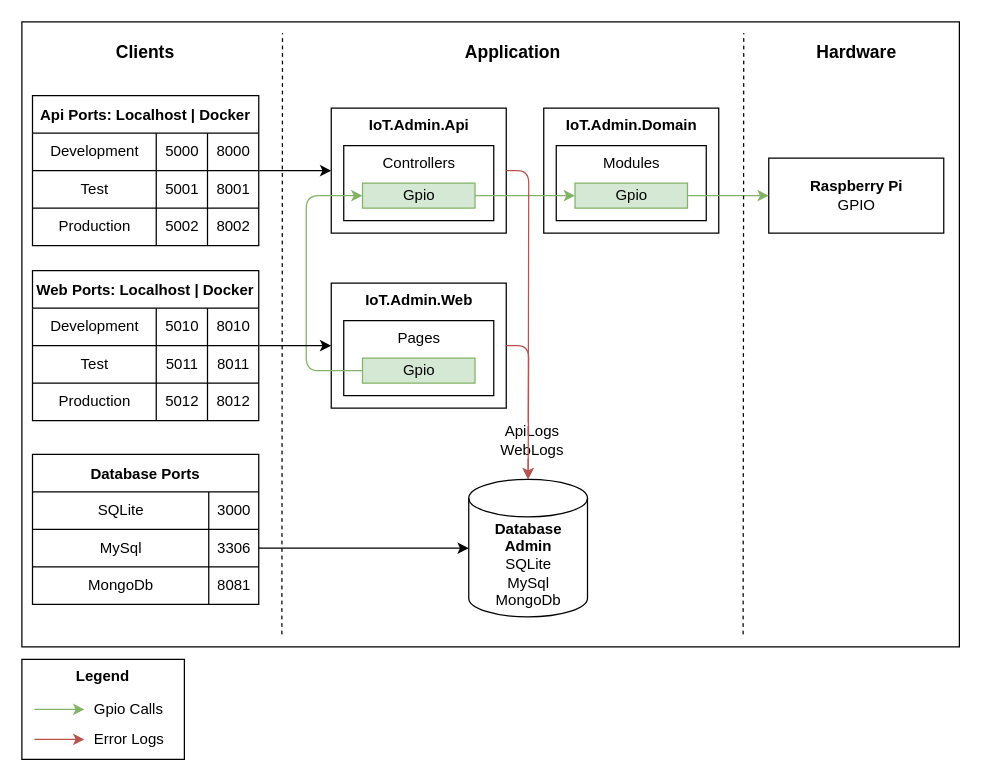
The draw.io diagram .docs/IoT.Admin.Application.drawio in qbituniverse/iot-admin, before the edit. Source tidied: cells renumbered, new cells numbered last; positions are measured from the earlier drawing's top-left corner, leaving out a move shared by most shapes. Both pictures are drawn from the tidied source at 125%, with x=0, y=0 at pixel (21, 21).
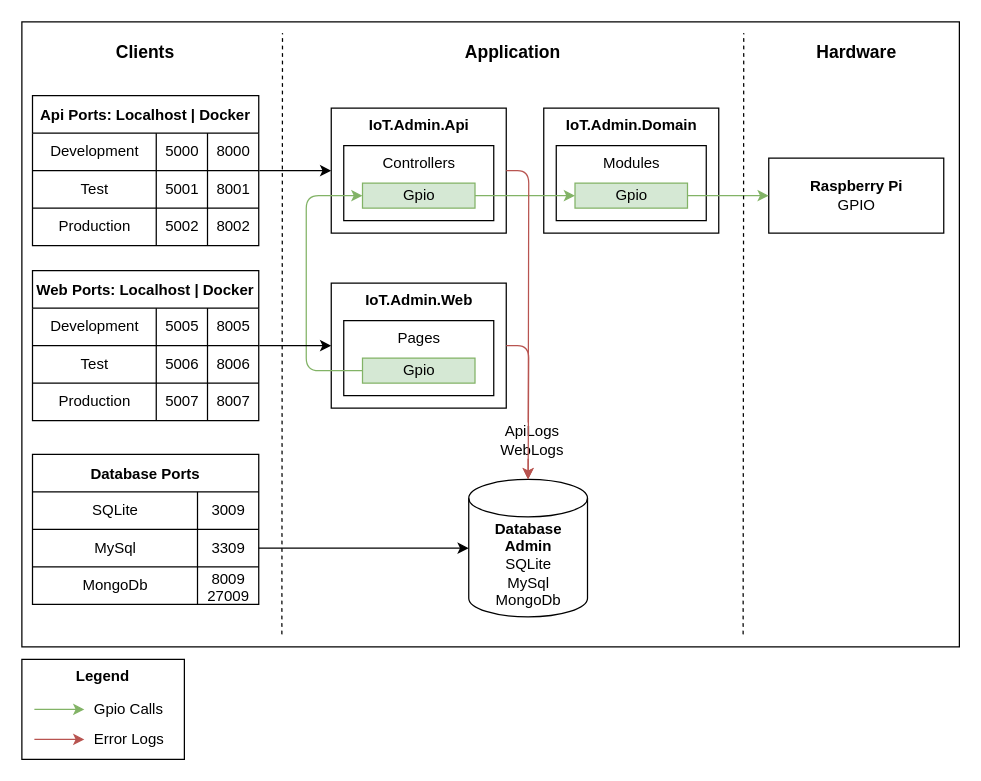
The same diagram, later.

The change refers to these unchanged cells:
```xml
<mxCell id="39" style="shape=tableRow;horizontal=0;startSize=0;swimlaneHead=0;swimlaneBody=0;top=0;left=0;bottom=0;right=0;fillColor=none;fontSize=12;" parent="38" vertex="1">
  <mxGeometry y="30" width="181" height="30" as="geometry" />
</mxCell>
<mxCell id="43" style="shape=tableRow;horizontal=0;startSize=0;swimlaneHead=0;swimlaneBody=0;top=0;left=0;bottom=0;right=0;fillColor=none;fontSize=12;" parent="38" vertex="1">
  <mxGeometry y="60" width="181" height="30" as="geometry" />
</mxCell>
<mxCell id="47" style="shape=tableRow;horizontal=0;startSize=0;swimlaneHead=0;swimlaneBody=0;top=0;left=0;bottom=0;right=0;fillColor=none;fontSize=12;" parent="38" vertex="1">
  <mxGeometry y="90" width="181" height="30" as="geometry" />
</mxCell>
<mxCell id="57" style="shape=tableRow;horizontal=0;startSize=0;swimlaneHead=0;swimlaneBody=0;top=0;left=0;bottom=0;right=0;fillColor=none;fontSize=12;" parent="56" vertex="1">
  <mxGeometry y="30" width="181" height="30" as="geometry" />
</mxCell>
<mxCell id="60" style="shape=tableRow;horizontal=0;startSize=0;swimlaneHead=0;swimlaneBody=0;top=0;left=0;bottom=0;right=0;fillColor=none;points=[[0,0.5],[1,0.5]];portConstraint=eastwest;fontSize=12;" parent="56" vertex="1">
  <mxGeometry y="60" width="181" height="30" as="geometry" />
</mxCell>
<mxCell id="63" style="shape=tableRow;horizontal=0;startSize=0;swimlaneHead=0;swimlaneBody=0;top=0;left=0;bottom=0;right=0;fillColor=none;fontSize=12;" parent="56" vertex="1">
  <mxGeometry y="90" width="181" height="30" as="geometry" />
</mxCell>
```

The edit, as a diff of the source:
```diff
@@
-    <mxCell id="41" value="5010" style="shape=partialRectangle;html=1;whiteSpace=wrap;fillColor=none;top=0;left=0;bottom=0;right=0;overflow=hidden;fontSize=12;" parent="39" vertex="1">
+    <mxCell id="41" value="5005" style="shape=partialRectangle;html=1;whiteSpace=wrap;fillColor=none;top=0;left=0;bottom=0;right=0;overflow=hidden;fontSize=12;" parent="39" vertex="1">
       <mxGeometry x="99" width="41" height="30" as="geometry" />
     </mxCell>
-    <mxCell id="42" value="8010" style="shape=partialRectangle;html=1;whiteSpace=wrap;fillColor=none;top=0;left=0;bottom=0;right=0;overflow=hidden;fontSize=12;" parent="39" vertex="1">
+    <mxCell id="42" value="8005" style="shape=partialRectangle;html=1;whiteSpace=wrap;fillColor=none;top=0;left=0;bottom=0;right=0;overflow=hidden;fontSize=12;" parent="39" vertex="1">
       <mxGeometry x="140" width="41" height="30" as="geometry" />
     </mxCell>
@@
-    <mxCell id="45" value="5011" style="shape=partialRectangle;html=1;whiteSpace=wrap;fillColor=none;top=0;left=0;bottom=0;right=0;overflow=hidden;fontSize=12;" parent="43" vertex="1">
+    <mxCell id="45" value="5006" style="shape=partialRectangle;html=1;whiteSpace=wrap;fillColor=none;top=0;left=0;bottom=0;right=0;overflow=hidden;fontSize=12;" parent="43" vertex="1">
       <mxGeometry x="99" width="41" height="30" as="geometry" />
     </mxCell>
-    <mxCell id="46" value="8011" style="shape=partialRectangle;html=1;whiteSpace=wrap;fillColor=none;top=0;left=0;bottom=0;right=0;overflow=hidden;fontSize=12;" parent="43" vertex="1">
+    <mxCell id="46" value="8006" style="shape=partialRectangle;html=1;whiteSpace=wrap;fillColor=none;top=0;left=0;bottom=0;right=0;overflow=hidden;fontSize=12;" parent="43" vertex="1">
       <mxGeometry x="140" width="41" height="30" as="geometry" />
     </mxCell>
@@
-    <mxCell id="49" value="5012" style="shape=partialRectangle;html=1;whiteSpace=wrap;fillColor=none;top=0;left=0;bottom=0;right=0;overflow=hidden;fontSize=12;" parent="47" vertex="1">
+    <mxCell id="49" value="5007" style="shape=partialRectangle;html=1;whiteSpace=wrap;fillColor=none;top=0;left=0;bottom=0;right=0;overflow=hidden;fontSize=12;" parent="47" vertex="1">
       <mxGeometry x="99" width="41" height="30" as="geometry" />
     </mxCell>
-    <mxCell id="50" value="8012" style="shape=partialRectangle;html=1;whiteSpace=wrap;fillColor=none;top=0;left=0;bottom=0;right=0;overflow=hidden;fontSize=12;" parent="47" vertex="1">
+    <mxCell id="50" value="8007" style="shape=partialRectangle;html=1;whiteSpace=wrap;fillColor=none;top=0;left=0;bottom=0;right=0;overflow=hidden;fontSize=12;" parent="47" vertex="1">
       <mxGeometry x="140" width="41" height="30" as="geometry" />
     </mxCell>
@@
     <mxCell id="58" value="SQLite" style="shape=partialRectangle;html=1;whiteSpace=wrap;fillColor=none;top=0;left=0;bottom=0;right=0;overflow=hidden;fontSize=12;" parent="57" vertex="1">
-      <mxGeometry width="141" height="30" as="geometry" />
+      <mxGeometry width="132" height="30" as="geometry" />
     </mxCell>
-    <mxCell id="59" value="3000" style="shape=partialRectangle;html=1;whiteSpace=wrap;fillColor=none;top=0;left=0;bottom=0;right=0;overflow=hidden;fontSize=12;" parent="57" vertex="1">
-      <mxGeometry x="141" width="40" height="30" as="geometry" />
+    <mxCell id="59" value="3009" style="shape=partialRectangle;html=1;whiteSpace=wrap;fillColor=none;top=0;left=0;bottom=0;right=0;overflow=hidden;fontSize=12;" parent="57" vertex="1">
+      <mxGeometry x="132" width="49" height="30" as="geometry" />
     </mxCell>
@@
     <mxCell id="61" value="MySql" style="shape=partialRectangle;html=1;whiteSpace=wrap;fillColor=none;top=0;left=0;bottom=0;right=0;overflow=hidden;fontSize=12;" parent="60" vertex="1">
-      <mxGeometry width="141" height="30" as="geometry" />
+      <mxGeometry width="132" height="30" as="geometry" />
     </mxCell>
-    <mxCell id="62" value="3306" style="shape=partialRectangle;html=1;whiteSpace=wrap;fillColor=none;top=0;left=0;bottom=0;right=0;overflow=hidden;fontSize=12;" parent="60" vertex="1">
-      <mxGeometry x="141" width="40" height="30" as="geometry" />
+    <mxCell id="62" value="3309" style="shape=partialRectangle;html=1;whiteSpace=wrap;fillColor=none;top=0;left=0;bottom=0;right=0;overflow=hidden;fontSize=12;" parent="60" vertex="1">
+      <mxGeometry x="132" width="49" height="30" as="geometry" />
     </mxCell>
@@
     <mxCell id="64" value="MongoDb" style="shape=partialRectangle;html=1;whiteSpace=wrap;fillColor=none;top=0;left=0;bottom=0;right=0;overflow=hidden;fontSize=12;" parent="63" vertex="1">
-      <mxGeometry width="141" height="30" as="geometry" />
+      <mxGeometry width="132" height="30" as="geometry" />
     </mxCell>
-    <mxCell id="65" value="8081" style="shape=partialRectangle;html=1;whiteSpace=wrap;fillColor=none;top=0;left=0;bottom=0;right=0;overflow=hidden;fontSize=12;" parent="63" vertex="1">
-      <mxGeometry x="141" width="40" height="30" as="geometry" />
+    <mxCell id="65" value="8009&lt;br&gt;27009" style="shape=partialRectangle;html=1;whiteSpace=wrap;fillColor=none;top=0;left=0;bottom=0;right=0;overflow=hidden;fontSize=12;" parent="63" vertex="1">
+      <mxGeometry x="132" width="49" height="30" as="geometry" />
     </mxCell>
```
